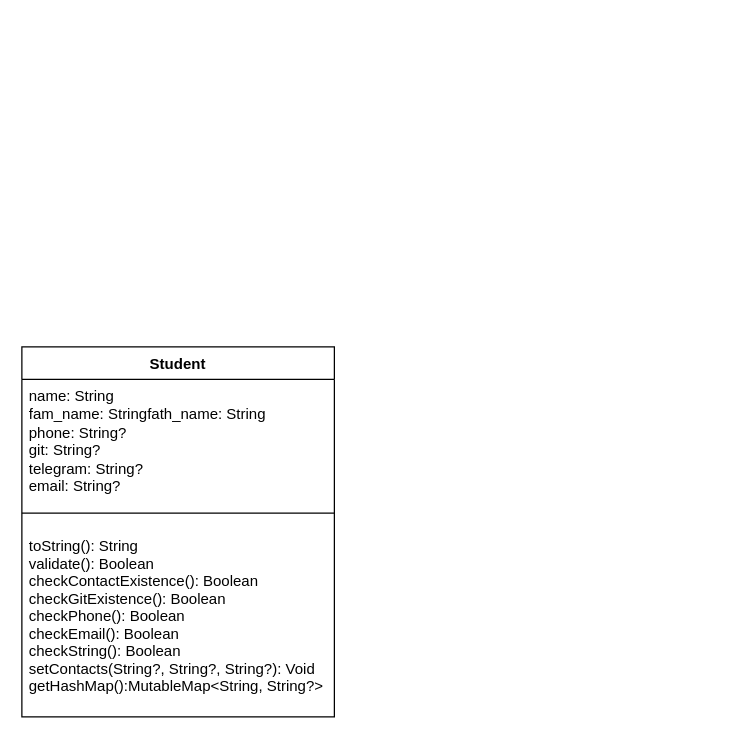
Above: Diagram.drawio in Nakoren/Study-patterns (draw.io), before the change. Source tidied: cells renumbered, new cells numbered last; positions are measured from the earlier drawing's top-left corner, leaving out a move shared by most shapes. Both pictures are drawn from the tidied source at 125%, with x=0, y=0 at pixel (21, 346).
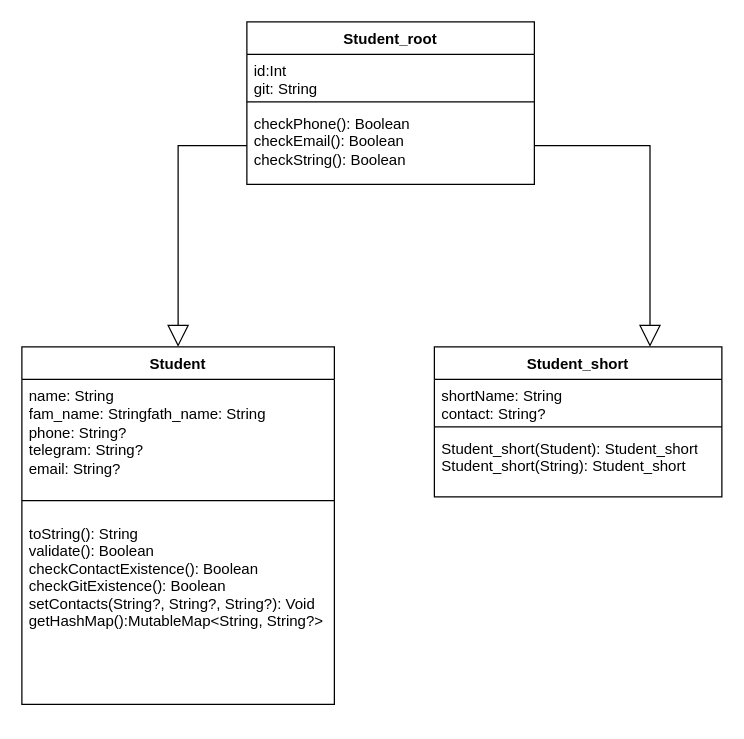
After the change.

Commit message:
Lab 2. Task 6

Updated UML

The edit, as a diff of the source:
```diff
@@
 <mxGraphModel>
   <root>
     <mxCell id="0" />
     <mxCell id="1" parent="0" />
     <mxCell id="2" value="Student" style="swimlane;fontStyle=1;align=center;verticalAlign=top;horizontal=1;startSize=26;rounded=0;shadow=0;strokeWidth=1;" parent="1" vertex="1">
-      <mxGeometry width="250" height="296" as="geometry" />
+      <mxGeometry width="250" height="286" as="geometry" />
     </mxCell>
-    <mxCell id="3" value="name: String&lt;br&gt;fam_name: Stringfath_name: String&lt;br&gt;phone: String?&lt;br&gt;git: String?&lt;br&gt;telegram: String?&lt;br&gt;email: String?" style="text;align=left;verticalAlign=top;spacingLeft=4;spacingRight=4;overflow=hidden;rounded=0;shadow=0;html=1;" parent="2" vertex="1">
-      <mxGeometry y="26" width="250" height="94" as="geometry" />
+    <mxCell id="3" value="&lt;div&gt;&lt;span style=&quot;background-color: initial;&quot;&gt;name: String&lt;/span&gt;&lt;br&gt;&lt;/div&gt;fam_name: Stringfath_name: String&lt;br&gt;phone: String?&lt;br&gt;telegram: String?&lt;br&gt;email: String?" style="text;align=left;verticalAlign=top;spacingLeft=4;spacingRight=4;overflow=hidden;rounded=0;shadow=0;html=1;" parent="2" vertex="1">
+      <mxGeometry y="26" width="250" height="84" as="geometry" />
     </mxCell>
     <mxCell id="4" style="line;html=1;strokeWidth=1;align=left;verticalAlign=middle;spacingTop=-1;spacingLeft=3;spacingRight=3;labelPosition=right;" parent="2" vertex="1">
-      <mxGeometry y="120" width="250" height="26" as="geometry" />
+      <mxGeometry y="110" width="250" height="26" as="geometry" />
     </mxCell>
-    <mxCell id="5" value="toString(): String&#10;validate(): Boolean&#10;checkContactExistence(): Boolean&#10;checkGitExistence(): Boolean&#10;checkPhone(): Boolean&#10;checkEmail(): Boolean&#10;checkString(): Boolean&#10;setContacts(String?, String?, String?): Void&#10;getHashMap():MutableMap&lt;String, String?&gt;&#10;" style="text;align=left;verticalAlign=top;spacingLeft=4;spacingRight=4;overflow=hidden;" parent="2" vertex="1">
-      <mxGeometry y="146" width="250" height="144" as="geometry" />
+    <mxCell id="5" value="toString(): String&#10;validate(): Boolean&#10;checkContactExistence(): Boolean&#10;checkGitExistence(): Boolean&#10;setContacts(String?, String?, String?): Void&#10;getHashMap():MutableMap&lt;String, String?&gt;&#10;" style="text;align=left;verticalAlign=top;spacingLeft=4;spacingRight=4;overflow=hidden;" parent="2" vertex="1">
+      <mxGeometry y="136" width="250" height="104" as="geometry" />
     </mxCell>
+    <mxCell id="6" value="Student_short" style="swimlane;fontStyle=1;align=center;verticalAlign=top;horizontal=1;startSize=26;whiteSpace=wrap;html=1;" parent="1" vertex="1">
+      <mxGeometry x="330" width="230" height="120" as="geometry" />
+    </mxCell>
+    <mxCell id="7" value="&lt;div&gt;&lt;span style=&quot;background-color: initial;&quot;&gt;shortName: String&lt;/span&gt;&lt;br&gt;&lt;/div&gt;&lt;div&gt;contact: String?&lt;/div&gt;" style="text;strokeColor=none;fillColor=none;align=left;verticalAlign=top;spacingLeft=4;spacingRight=4;overflow=hidden;whiteSpace=wrap;html=1;" parent="6" vertex="1">
+      <mxGeometry y="26" width="230" height="34" as="geometry" />
+    </mxCell>
+    <mxCell id="8" style="line;strokeWidth=1;fillColor=none;align=left;verticalAlign=middle;spacingTop=-1;spacingLeft=3;spacingRight=3;labelPosition=right;strokeColor=inherit;" parent="6" vertex="1">
+      <mxGeometry y="60" width="230" height="8" as="geometry" />
+    </mxCell>
+    <mxCell id="9" value="&lt;div&gt;&lt;span style=&quot;text-wrap: nowrap;&quot;&gt;Student_short(Student): Student_short&lt;/span&gt;&lt;/div&gt;&lt;div&gt;&lt;span style=&quot;text-wrap: nowrap;&quot;&gt;Student_short(String): Student_short&lt;/span&gt;&lt;/div&gt;" style="text;strokeColor=none;fillColor=none;align=left;verticalAlign=top;spacingLeft=4;spacingRight=4;overflow=hidden;whiteSpace=wrap;html=1;" parent="6" vertex="1">
+      <mxGeometry y="68" width="230" height="52" as="geometry" />
+    </mxCell>
+    <mxCell id="10" value="Student_root" style="swimlane;fontStyle=1;align=center;verticalAlign=top;horizontal=1;startSize=26;whiteSpace=wrap;html=1;" parent="1" vertex="1">
+      <mxGeometry x="180" y="-260" width="230" height="130" as="geometry" />
+    </mxCell>
+    <mxCell id="11" value="&lt;div&gt;id:Int&amp;nbsp;&lt;/div&gt;&lt;div&gt;git: String&lt;/div&gt;" style="text;strokeColor=none;fillColor=none;align=left;verticalAlign=top;spacingLeft=4;spacingRight=4;overflow=hidden;whiteSpace=wrap;html=1;" parent="10" vertex="1">
+      <mxGeometry y="26" width="230" height="34" as="geometry" />
+    </mxCell>
+    <mxCell id="12" style="line;strokeWidth=1;fillColor=none;align=left;verticalAlign=middle;spacingTop=-1;spacingLeft=3;spacingRight=3;labelPosition=right;strokeColor=inherit;" parent="10" vertex="1">
+      <mxGeometry y="60" width="230" height="8" as="geometry" />
+    </mxCell>
+    <mxCell id="13" value="&lt;span style=&quot;text-wrap: nowrap;&quot;&gt;checkPhone(): Boolean&lt;/span&gt;&lt;br style=&quot;padding: 0px; margin: 0px; text-wrap: nowrap;&quot;&gt;&lt;span style=&quot;text-wrap: nowrap;&quot;&gt;checkEmail(): Boolean&lt;/span&gt;&lt;br style=&quot;padding: 0px; margin: 0px; text-wrap: nowrap;&quot;&gt;&lt;span style=&quot;text-wrap: nowrap;&quot;&gt;checkString(): Boolean&lt;/span&gt;" style="text;strokeColor=none;fillColor=none;align=left;verticalAlign=top;spacingLeft=4;spacingRight=4;overflow=hidden;points=[[0,0.5],[1,0.5]];portConstraint=eastwest;whiteSpace=wrap;html=1;" parent="10" vertex="1">
+      <mxGeometry y="68" width="230" height="62" as="geometry" />
+    </mxCell>
+    <mxCell id="14" style="edgeStyle=orthogonalEdgeStyle;rounded=0;jettySize=auto;html=1;entryX=0.5;entryY=0;entryDx=0;entryDy=0;endArrow=block;endFill=0;endSize=15;" parent="1" edge="1" source="13" target="2">
+      <mxGeometry relative="1" as="geometry" />
+    </mxCell>
+    <mxCell id="15" style="edgeStyle=orthogonalEdgeStyle;rounded=0;jettySize=auto;html=1;entryX=0.75;entryY=0;entryDx=0;entryDy=0;endArrow=block;endFill=0;endSize=15;" parent="1" edge="1" source="13" target="6">
+      <mxGeometry relative="1" as="geometry" />
+    </mxCell>
   </root>
 </mxGraphModel>
```
